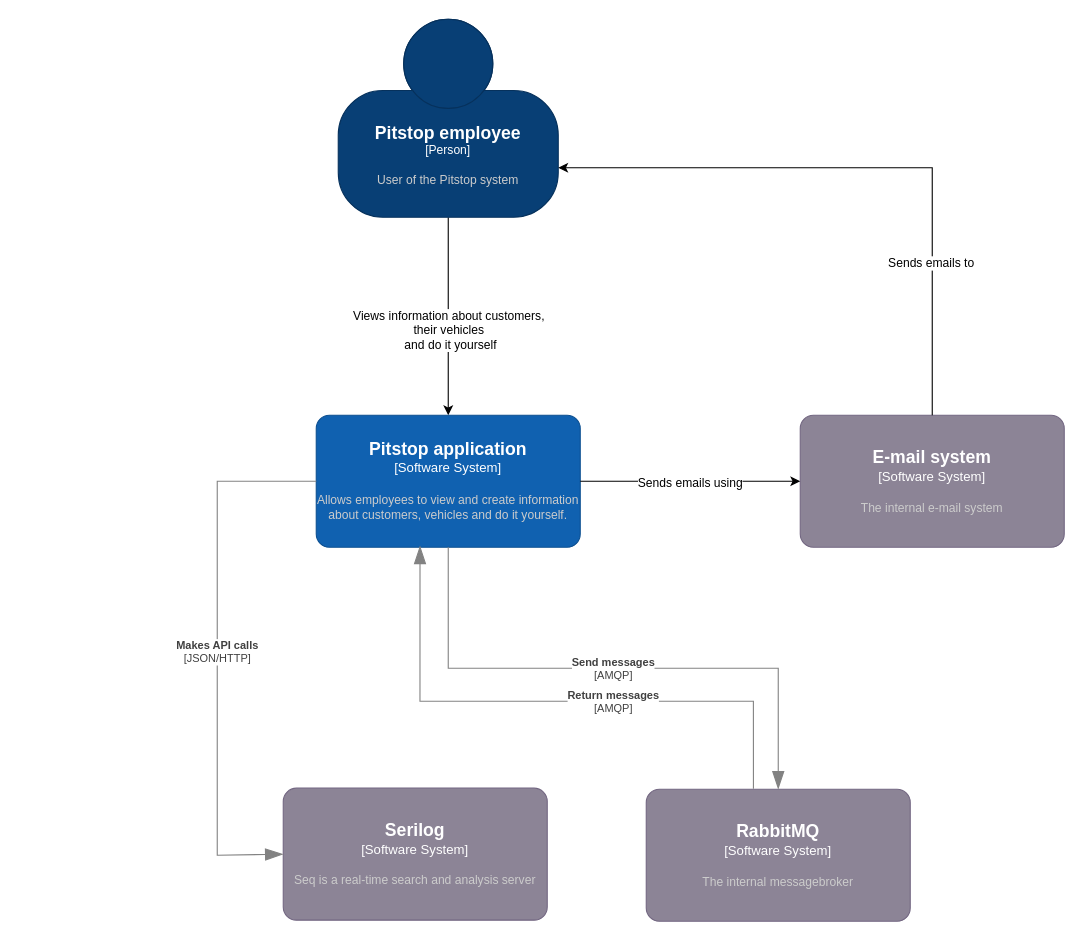
Before: page "C4-system_context" (1 of 2) of c4/c4-pitstop.drawio in hanaim-devops/devops-bp-pitstop-uitbreiding-team-knoppert, a draw.io diagram. Source tidied: cells renumbered, new cells numbered last; positions are measured from the earlier drawing's top-left corner, leaving out a move shared by most shapes. Both pictures are drawn from the tidied source at 110%, with x=0, y=0 at pixel (217, 19).
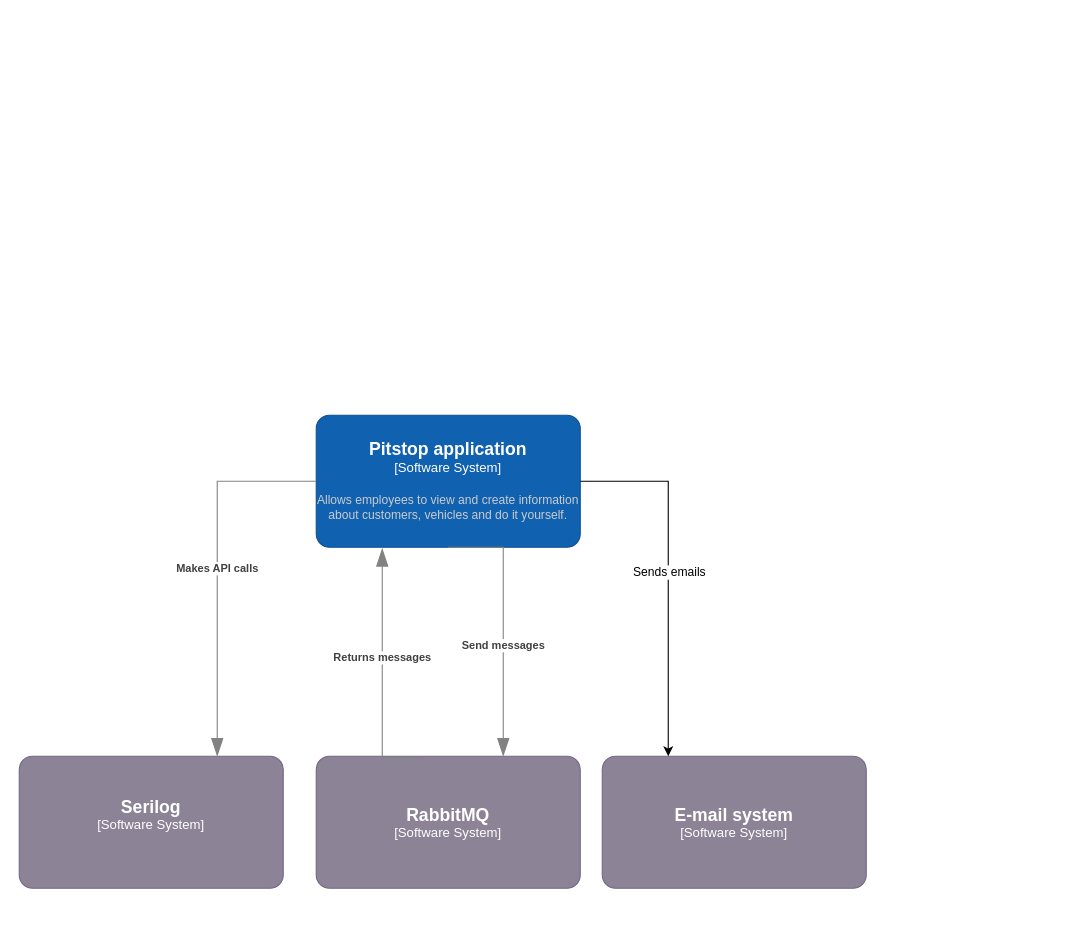
Above is the later version.

Commit message (it also covers changes not shown here):
Redo context diagram (#106)

* Update diagram

* Delete bijdrage

* redo context diagram

The change refers to these unchanged cells:
```xml
<object id="6" label="&lt;font style=&quot;font-size: 16px&quot;&gt;&lt;b&gt;%c4Name%&lt;/b&gt;&lt;/font&gt;&lt;div&gt;[%c4Type%]&lt;/div&gt;&lt;br&gt;&lt;div&gt;&lt;font style=&quot;font-size: 11px&quot;&gt;&lt;font color=&quot;#cccccc&quot;&gt;%c4Description%&lt;/font&gt;&lt;/div&gt;" c4Description="Allows employees to view and create  information about customers, vehicles and do it yourself." c4Name="Pitstop application" c4Type="Software System" placeholders="1">
  <mxCell style="rounded=1;whiteSpace=wrap;html=1;labelBackgroundColor=none;fillColor=#1061B0;fontColor=#ffffff;align=center;arcSize=10;strokeColor=#0D5091;points=[[0.25,0,0],[0.5,0,0],[0.75,0,0],[1,0.25,0],[1,0.5,0],[1,0.75,0],[0.75,1,0],[0.5,1,0],[0.25,1,0],[0,0.75,0],[0,0.5,0],[0,0.25,0]];" parent="1" vertex="1">
    <mxGeometry x="90" y="360" width="240" height="120" as="geometry" />
  </mxCell>
</object>
```

Change to the diagram source:
```diff
@@
-    <mxCell id="2" style="edgeStyle=orthogonalEdgeStyle;rounded=0;jettySize=auto;html=1;exitX=0.5;exitY=1;exitDx=0;exitDy=0;exitPerimeter=0;" parent="1" edge="1" source="4" target="6">
-      <mxGeometry relative="1" as="geometry" />
-    </mxCell>
-    <mxCell id="3" value="Views information about customers,&amp;nbsp;&lt;div&gt;their vehicles&amp;nbsp;&lt;/div&gt;&lt;div&gt;and do it yourself&lt;/div&gt;" style="edgeLabel;html=1;align=center;verticalAlign=middle;" parent="2" vertex="1">
-      <mxGeometry x="0.15" y="1" relative="1" as="geometry">
-        <mxPoint y="-1" as="offset" />
-      </mxGeometry>
-    </mxCell>
-    <object id="4" label="&lt;font style=&quot;font-size: 16px&quot;&gt;&lt;b&gt;%c4Name%&lt;/b&gt;&lt;/font&gt;&lt;div&gt;[%c4Type%]&lt;/div&gt;&lt;br&gt;&lt;div&gt;&lt;font style=&quot;font-size: 11px&quot;&gt;&lt;font color=&quot;#cccccc&quot;&gt;%c4Description%&lt;/font&gt;&lt;/div&gt;" c4Description="User of the Pitstop system" c4Name="Pitstop employee" c4Type="Person" placeholders="1">
-      <mxCell style="html=1;fontSize=11;dashed=0;whiteSpace=wrap;fillColor=#083F75;strokeColor=#06315C;fontColor=#ffffff;shape=mxgraph.c4.person2;align=center;points=[[0.5,0,0],[1,0.5,0],[1,0.75,0],[0.75,1,0],[0.5,1,0],[0.25,1,0],[0,0.75,0],[0,0.5,0]];" parent="1" vertex="1">
-        <mxGeometry x="110" width="200" height="180" as="geometry" />
-      </mxCell>
-    </object>
-    <object id="5" label="&lt;font style=&quot;font-size: 16px&quot;&gt;&lt;b&gt;%c4Name%&lt;/b&gt;&lt;/font&gt;&lt;div&gt;[%c4Type%]&lt;/div&gt;&lt;br&gt;&lt;div&gt;&lt;font style=&quot;font-size: 11px&quot;&gt;&lt;font color=&quot;#cccccc&quot;&gt;%c4Description%&lt;/font&gt;&lt;/div&gt;" c4Description="The internal e-mail system" c4Name="E-mail system" c4Type="Software System" placeholders="1">
+    <object id="5" label="&lt;font style=&quot;font-size: 16px&quot;&gt;&lt;b&gt;%c4Name%&lt;/b&gt;&lt;/font&gt;&lt;div&gt;[%c4Type%]&lt;/div&gt;" c4Name="E-mail system" c4Type="Software System" placeholders="1">
       <mxCell style="rounded=1;whiteSpace=wrap;html=1;labelBackgroundColor=none;fillColor=#8C8496;fontColor=#ffffff;align=center;arcSize=10;strokeColor=#736782;points=[[0.25,0,0],[0.5,0,0],[0.75,0,0],[1,0.25,0],[1,0.5,0],[1,0.75,0],[0.75,1,0],[0.5,1,0],[0.25,1,0],[0,0.75,0],[0,0.5,0],[0,0.25,0]];" parent="1" vertex="1">
-        <mxGeometry x="530" y="360" width="240" height="120" as="geometry" />
+        <mxGeometry x="350" y="670" width="240" height="120" as="geometry" />
       </mxCell>
     </object>
@@
-    <mxCell id="7" style="edgeStyle=orthogonalEdgeStyle;rounded=0;jettySize=auto;html=1;exitX=0.5;exitY=0;exitDx=0;exitDy=0;exitPerimeter=0;entryX=1;entryY=0.75;entryDx=0;entryDy=0;entryPerimeter=0;" parent="1" edge="1" source="5" target="4">
-      <mxGeometry relative="1" as="geometry" />
-    </mxCell>
-    <mxCell id="8" value="Sends emails to" style="edgeLabel;html=1;align=center;verticalAlign=middle;" parent="7" vertex="1">
-      <mxGeometry x="-0.51" y="2" relative="1" as="geometry">
-        <mxPoint y="-1" as="offset" />
-      </mxGeometry>
-    </mxCell>
-    <mxCell id="9" style="edgeStyle=orthogonalEdgeStyle;rounded=0;jettySize=auto;html=1;exitX=1;exitY=0.5;exitDx=0;exitDy=0;exitPerimeter=0;entryX=0;entryY=0.5;entryDx=0;entryDy=0;entryPerimeter=0;" parent="1" edge="1" source="6" target="5">
-      <mxGeometry relative="1" as="geometry" />
+    <mxCell id="9" style="edgeStyle=orthogonalEdgeStyle;rounded=0;jettySize=auto;html=1;exitX=1;exitY=0.5;exitDx=0;exitDy=0;exitPerimeter=0;entryX=0.25;entryY=0;entryDx=0;entryDy=0;entryPerimeter=0;" parent="1" edge="1" source="6" target="5">
+      <mxGeometry relative="1" as="geometry">
+        <Array as="points">
+          <mxPoint x="410" y="420" />
+        </Array>
+      </mxGeometry>
     </mxCell>
-    <mxCell id="10" value="Sends emails using" style="edgeLabel;html=1;align=center;verticalAlign=middle;" parent="9" vertex="1">
+    <mxCell id="10" value="Sends emails" style="edgeLabel;html=1;align=center;verticalAlign=middle;" parent="9" vertex="1">
       <mxGeometry x="-0.02" y="-1" relative="1" as="geometry">
         <mxPoint x="1" as="offset" />
       </mxGeometry>
     </mxCell>
-    <object id="11" label="&lt;font style=&quot;font-size: 16px&quot;&gt;&lt;b&gt;%c4Name%&lt;/b&gt;&lt;/font&gt;&lt;div&gt;[%c4Type%]&lt;/div&gt;&lt;br&gt;&lt;div&gt;&lt;font style=&quot;font-size: 11px&quot;&gt;&lt;font color=&quot;#cccccc&quot;&gt;%c4Description%&lt;/font&gt;&lt;/div&gt;" c4Description="Seq is a real-time search and analysis server" c4Name="Serilog" c4Type="Software System" placeholders="1">
+    <object id="11" label="&lt;font style=&quot;font-size: 16px&quot;&gt;&lt;b&gt;%c4Name%&lt;/b&gt;&lt;/font&gt;&lt;div&gt;[%c4Type%]&lt;/div&gt;&lt;br&gt;" c4Name="Serilog" c4Type="Software System" placeholders="1">
       <mxCell style="rounded=1;whiteSpace=wrap;html=1;labelBackgroundColor=none;fillColor=#8C8496;fontColor=#ffffff;align=center;arcSize=10;strokeColor=#736782;points=[[0.25,0,0],[0.5,0,0],[0.75,0,0],[1,0.25,0],[1,0.5,0],[1,0.75,0],[0.75,1,0],[0.5,1,0],[0.25,1,0],[0,0.75,0],[0,0.5,0],[0,0.25,0]];" parent="1" vertex="1">
-        <mxGeometry x="60" y="699" width="240" height="120" as="geometry" />
+        <mxGeometry x="-180" y="670" width="240" height="120" as="geometry" />
       </mxCell>
     </object>
-    <object id="12" label="&lt;font style=&quot;font-size: 16px&quot;&gt;&lt;b&gt;%c4Name%&lt;/b&gt;&lt;/font&gt;&lt;div&gt;[%c4Type%]&lt;/div&gt;&lt;br&gt;&lt;div&gt;&lt;font style=&quot;font-size: 11px&quot;&gt;&lt;font color=&quot;#cccccc&quot;&gt;%c4Description%&lt;/font&gt;&lt;/div&gt;" c4Description="The internal messagebroker" c4Name="RabbitMQ" c4Type="Software System" placeholders="1">
+    <object id="12" label="&lt;font style=&quot;font-size: 16px&quot;&gt;&lt;b&gt;%c4Name%&lt;/b&gt;&lt;/font&gt;&lt;div&gt;[%c4Type%]&lt;/div&gt;" c4Name="RabbitMQ" c4Type="Software System" placeholders="1">
       <mxCell style="rounded=1;whiteSpace=wrap;html=1;labelBackgroundColor=none;fillColor=#8C8496;fontColor=#ffffff;align=center;arcSize=10;strokeColor=#736782;points=[[0.25,0,0],[0.5,0,0],[0.75,0,0],[1,0.25,0],[1,0.5,0],[1,0.75,0],[0.75,1,0],[0.5,1,0],[0.25,1,0],[0,0.75,0],[0,0.5,0],[0,0.25,0]];" parent="1" vertex="1">
-        <mxGeometry x="390" y="700" width="240" height="120" as="geometry" />
+        <mxGeometry x="90" y="670" width="240" height="120" as="geometry" />
       </mxCell>
     </object>
-    <object id="13" label="&lt;div style=&quot;text-align: left&quot;&gt;&lt;div style=&quot;text-align: center&quot;&gt;&lt;b&gt;%c4Description%&lt;/b&gt;&lt;/div&gt;&lt;div style=&quot;text-align: center&quot;&gt;[%c4Technology%]&lt;/div&gt;&lt;/div&gt;" c4Description="Makes API calls" c4Technology="JSON/HTTP" placeholders="1">
-      <mxCell style="endArrow=blockThin;html=1;fontSize=10;fontColor=#404040;strokeWidth=1;endFill=1;strokeColor=#828282;elbow=vertical;endSize=14;startSize=14;jumpStyle=arc;jumpSize=16;rounded=0;edgeStyle=orthogonalEdgeStyle;exitX=0;exitY=0.5;exitDx=0;exitDy=0;exitPerimeter=0;entryX=0;entryY=0.5;entryDx=0;entryDy=0;entryPerimeter=0;" parent="1" edge="1" source="6" target="11">
+    <object id="13" label="&lt;div style=&quot;text-align: left&quot;&gt;&lt;div style=&quot;text-align: center&quot;&gt;&lt;b&gt;%c4Description%&lt;/b&gt;&lt;/div&gt;&lt;div style=&quot;text-align: center&quot;&gt;&lt;/div&gt;" c4Description="Makes API calls" placeholders="1">
+      <mxCell style="endArrow=blockThin;html=1;fontSize=10;fontColor=#404040;strokeWidth=1;endFill=1;strokeColor=#828282;elbow=vertical;endSize=14;startSize=14;jumpStyle=arc;jumpSize=16;rounded=0;edgeStyle=orthogonalEdgeStyle;exitX=0;exitY=0.5;exitDx=0;exitDy=0;exitPerimeter=0;entryX=0.75;entryY=0;entryDx=0;entryDy=0;entryPerimeter=0;" parent="1" edge="1" source="6" target="11">
         <mxGeometry relative="1" as="geometry">
           <Array as="points">
             <mxPoint y="420" />
-            <mxPoint y="760" />
           </Array>
+          <mxPoint y="-1" as="offset" />
         </mxGeometry>
       </mxCell>
     </object>
-    <object id="14" label="&lt;div style=&quot;text-align: left&quot;&gt;&lt;div style=&quot;text-align: center&quot;&gt;&lt;b&gt;%c4Description%&lt;/b&gt;&lt;/div&gt;&lt;div style=&quot;text-align: center&quot;&gt;[%c4Technology%]&lt;/div&gt;&lt;/div&gt;" c4Description="Send messages" c4Technology="AMQP" placeholders="1">
-      <mxCell style="endArrow=blockThin;html=1;fontSize=10;fontColor=#404040;strokeWidth=1;endFill=1;strokeColor=#828282;elbow=vertical;endSize=14;startSize=14;jumpStyle=arc;jumpSize=16;rounded=0;edgeStyle=orthogonalEdgeStyle;exitX=0.5;exitY=1;exitDx=0;exitDy=0;exitPerimeter=0;entryX=0.5;entryY=0;entryDx=0;entryDy=0;entryPerimeter=0;" parent="1" edge="1" source="6" target="12">
-        <mxGeometry relative="1" as="geometry" />
+    <object id="14" label="&lt;div style=&quot;text-align: left&quot;&gt;&lt;div style=&quot;text-align: center&quot;&gt;&lt;b&gt;%c4Description%&lt;/b&gt;&lt;/div&gt;&lt;/div&gt;" c4Description="Send messages" placeholders="1">
+      <mxCell style="endArrow=blockThin;html=1;fontSize=10;fontColor=#404040;strokeWidth=1;endFill=1;strokeColor=#828282;elbow=vertical;endSize=14;startSize=14;jumpStyle=arc;jumpSize=16;rounded=0;edgeStyle=orthogonalEdgeStyle;exitX=0.5;exitY=1;exitDx=0;exitDy=0;exitPerimeter=0;" parent="1" edge="1" source="6">
+        <mxGeometry x="0.17" relative="1" as="geometry">
+          <mxPoint x="260" y="670" as="targetPoint" />
+          <Array as="points">
+            <mxPoint x="260" y="480" />
+            <mxPoint x="260" y="670" />
+          </Array>
+          <mxPoint y="-1" as="offset" />
+        </mxGeometry>
       </mxCell>
     </object>
-    <object id="15" label="&lt;div style=&quot;text-align: left&quot;&gt;&lt;div style=&quot;text-align: center&quot;&gt;&lt;b&gt;%c4Description%&lt;/b&gt;&lt;/div&gt;&lt;div style=&quot;text-align: center&quot;&gt;[%c4Technology%]&lt;/div&gt;&lt;/div&gt;" c4Description="Return messages" c4Technology="AMQP" placeholders="1">
-      <mxCell style="endArrow=blockThin;html=1;fontSize=10;fontColor=#404040;strokeWidth=1;endFill=1;strokeColor=#828282;elbow=vertical;endSize=14;startSize=14;jumpStyle=arc;jumpSize=16;rounded=0;edgeStyle=orthogonalEdgeStyle;entryX=0.393;entryY=0.99;entryDx=0;entryDy=0;entryPerimeter=0;exitX=0.406;exitY=-0.003;exitDx=0;exitDy=0;exitPerimeter=0;" parent="1" edge="1" source="12" target="6">
-        <mxGeometry x="-0.21" relative="1" as="geometry">
+    <object id="15" label="&lt;div style=&quot;text-align: left&quot;&gt;&lt;div style=&quot;text-align: center&quot;&gt;&lt;b&gt;%c4Description%&lt;/b&gt;&lt;/div&gt;&lt;/div&gt;" c4Description="Returns messages" placeholders="1">
+      <mxCell style="endArrow=blockThin;html=1;fontSize=10;fontColor=#404040;strokeWidth=1;endFill=1;strokeColor=#828282;elbow=vertical;endSize=14;startSize=14;jumpStyle=arc;jumpSize=16;rounded=0;edgeStyle=orthogonalEdgeStyle;exitX=0.406;exitY=-0.003;exitDx=0;exitDy=0;exitPerimeter=0;" parent="1" edge="1">
+        <mxGeometry x="0.13" relative="1" as="geometry">
+          <mxPoint x="187.4" y="671.6" as="sourcePoint" />
+          <mxPoint x="150" y="481" as="targetPoint" />
           <Array as="points">
-            <mxPoint x="487" y="620" />
-            <mxPoint x="184" y="620" />
+            <mxPoint x="150" y="672" />
+            <mxPoint x="150" y="481" />
           </Array>
         </mxGeometry>
       </mxCell>
     </object>
```
